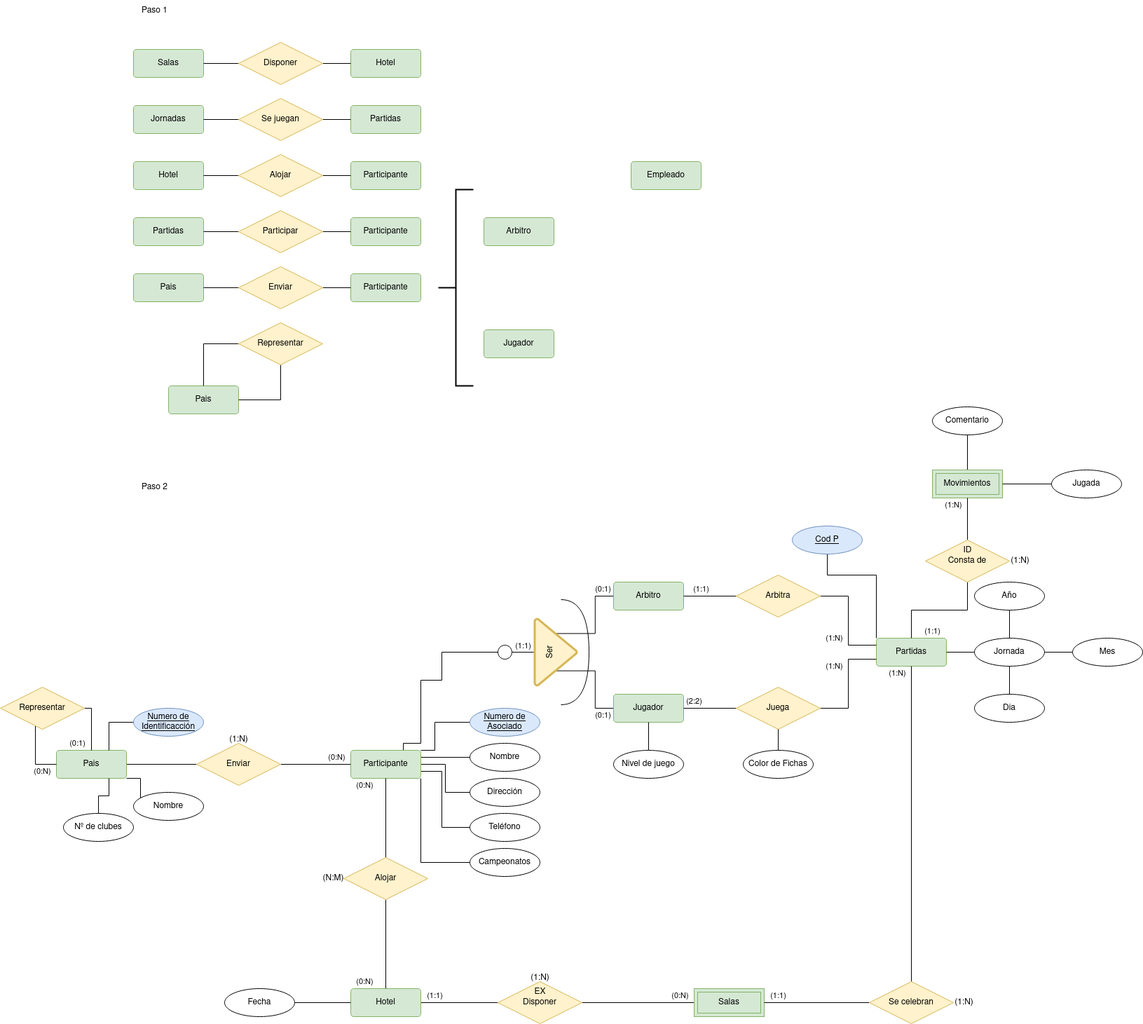
The draw.io diagram tareas base de datos/Actividades_Esquemas/Actividades_Esquemas/ejercicio_9.drawio.png in Angel-L-G/Base-Datos, before a commit. Source tidied: cells renumbered, new cells last; positions are measured from the earlier drawing's top-left corner, leaving out a move shared by most shapes.
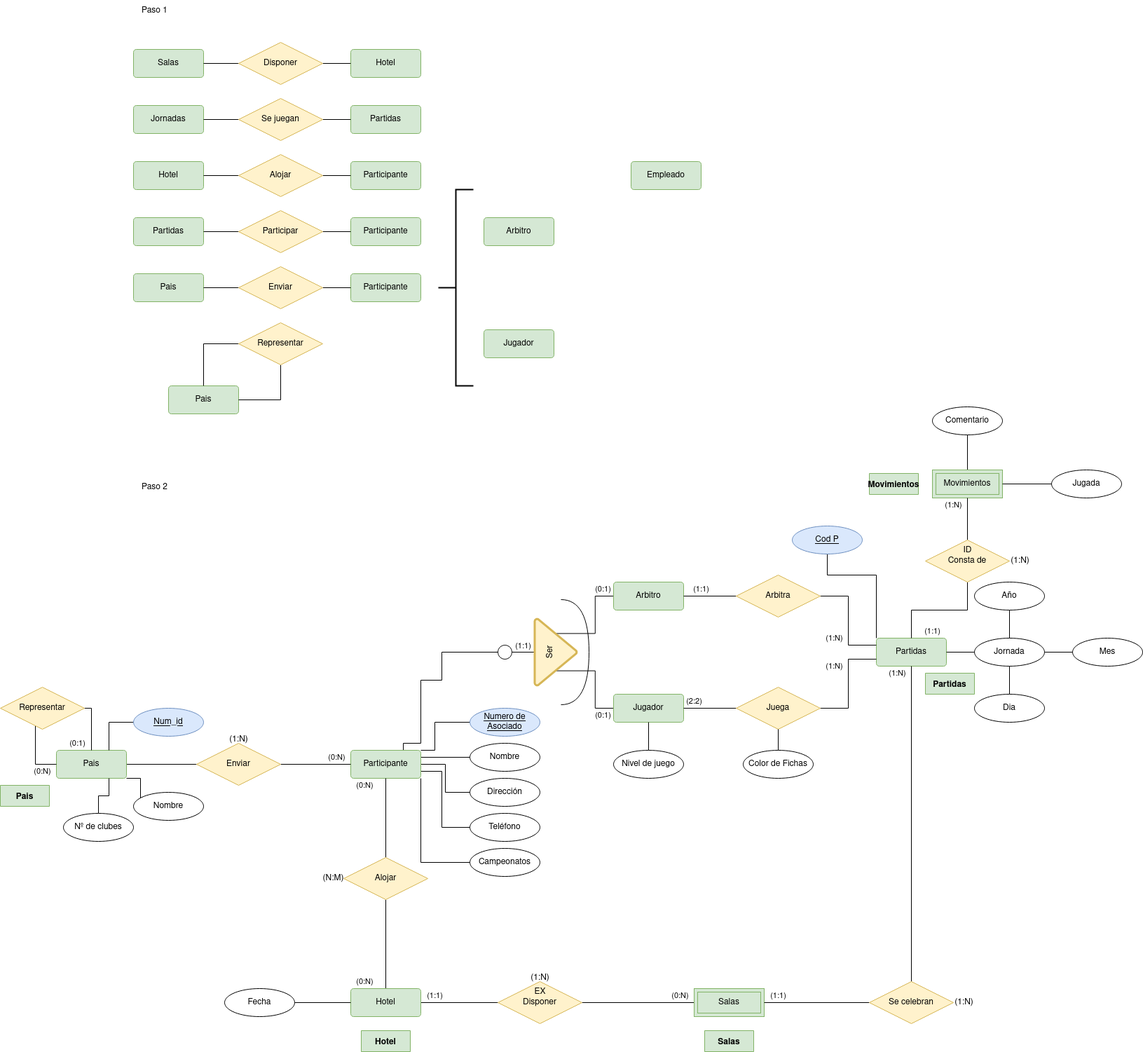
The same diagram one commit later.

The edit, as a diff of the source:
```diff
@@ -261,7 +261,7 @@
     <mxCell id="75" style="edgeStyle=orthogonalEdgeStyle;rounded=0;jettySize=auto;html=1;entryX=0.25;entryY=1;entryDx=0;entryDy=0;endArrow=none;endFill=0;" parent="1" edge="1" source="76" target="60">
       <mxGeometry relative="1" as="geometry" />
     </mxCell>
-    <mxCell id="76" value="Numero de Identificacción" style="ellipse;whiteSpace=wrap;html=1;align=center;fontStyle=4;strokeWidth=1;fillColor=#dae8fc;strokeColor=#6c8ebf;" parent="1" vertex="1">
+    <mxCell id="76" value="Num_id" style="ellipse;whiteSpace=wrap;html=1;align=center;fontStyle=4;strokeWidth=1;fillColor=#dae8fc;strokeColor=#6c8ebf;" parent="1" vertex="1">
       <mxGeometry x="190" y="1010" width="100" height="40" as="geometry" />
     </mxCell>
     <mxCell id="77" style="edgeStyle=orthogonalEdgeStyle;rounded=0;jettySize=auto;html=1;entryX=0;entryY=0;entryDx=0;entryDy=0;endArrow=none;endFill=0;" parent="1" edge="1" source="78" target="60">
@@ -397,5 +397,20 @@
     <mxCell id="119" value="ID" style="text;html=1;align=center;verticalAlign=middle;strokeColor=none;fillColor=none;" parent="1" vertex="1">
       <mxGeometry x="1360" y="770" width="40" height="30" as="geometry" />
     </mxCell>
+    <mxCell id="120" value="Pais" style="shape=table;startSize=30;rowLines=0;fontStyle=1;align=center;fillColor=#d5e8d4;strokeColor=#82b366;" parent="1" vertex="1" collapsed="1">
+      <mxGeometry y="1120" width="70" height="30" as="geometry" />
+    </mxCell>
+    <mxCell id="121" value="Hotel" style="shape=table;startSize=30;rowLines=0;fontStyle=1;align=center;fillColor=#d5e8d4;strokeColor=#82b366;" parent="1" vertex="1" collapsed="1">
+      <mxGeometry x="515" y="1470" width="70" height="30" as="geometry" />
+    </mxCell>
+    <mxCell id="122" value="Salas" style="shape=table;startSize=30;rowLines=0;fontStyle=1;align=center;fillColor=#d5e8d4;strokeColor=#82b366;" parent="1" vertex="1" collapsed="1">
+      <mxGeometry x="1005" y="1470" width="70" height="30" as="geometry" />
+    </mxCell>
+    <mxCell id="123" value="Partidas" style="shape=table;startSize=30;rowLines=0;fontStyle=1;align=center;fillColor=#d5e8d4;strokeColor=#82b366;" parent="1" vertex="1" collapsed="1">
+      <mxGeometry x="1320" y="960" width="70" height="30" as="geometry" />
+    </mxCell>
+    <mxCell id="124" value="Movimientos" style="shape=table;startSize=30;rowLines=0;fontStyle=1;align=center;fillColor=#d5e8d4;strokeColor=#82b366;" parent="1" vertex="1" collapsed="1">
+      <mxGeometry x="1240" y="675" width="70" height="30" as="geometry" />
+    </mxCell>
   </root>
 </mxGraphModel>
```
